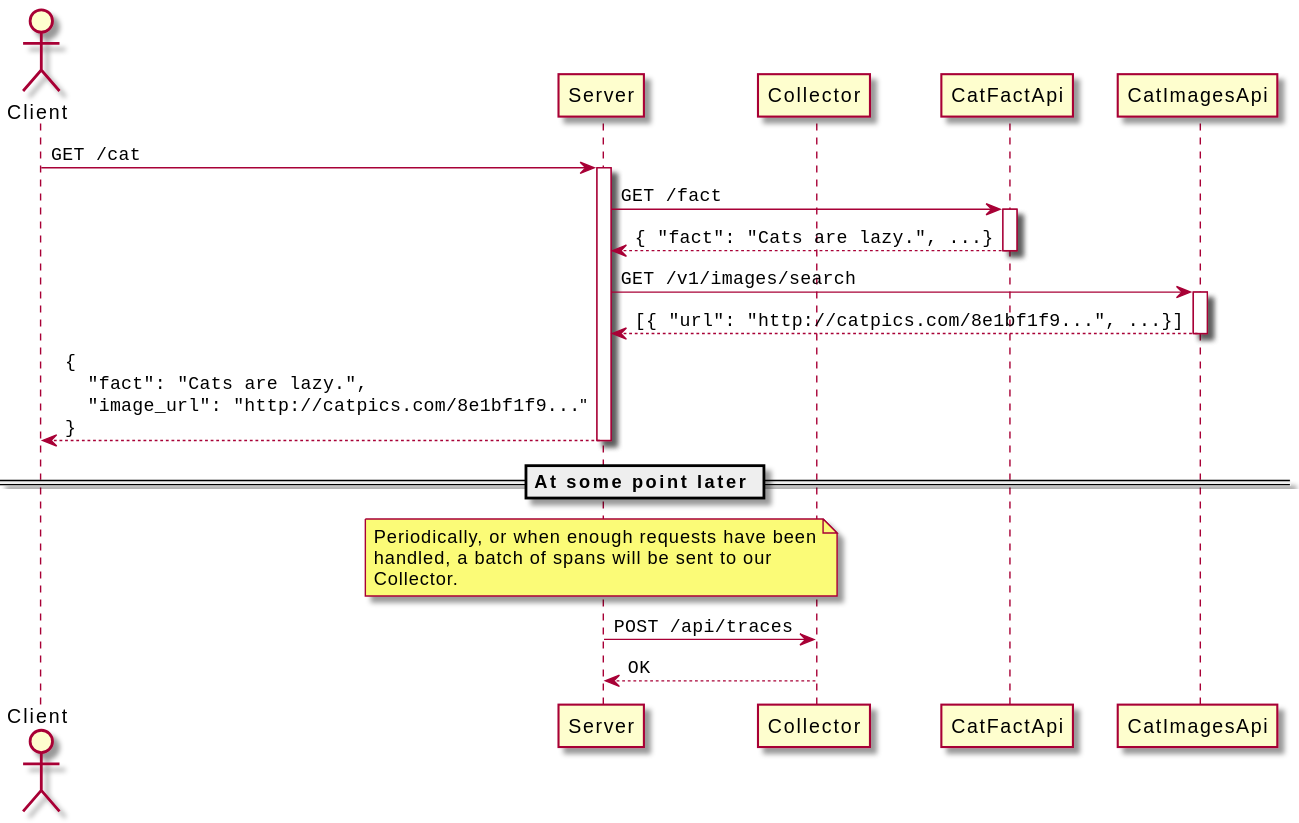
Before: docs/posts/when-is-a-black-box-test-not-a-black-box-test/cat-service-tracing.svg, a diagram exported from PlantUML (alexchilcott/alexchilcott.github.io).
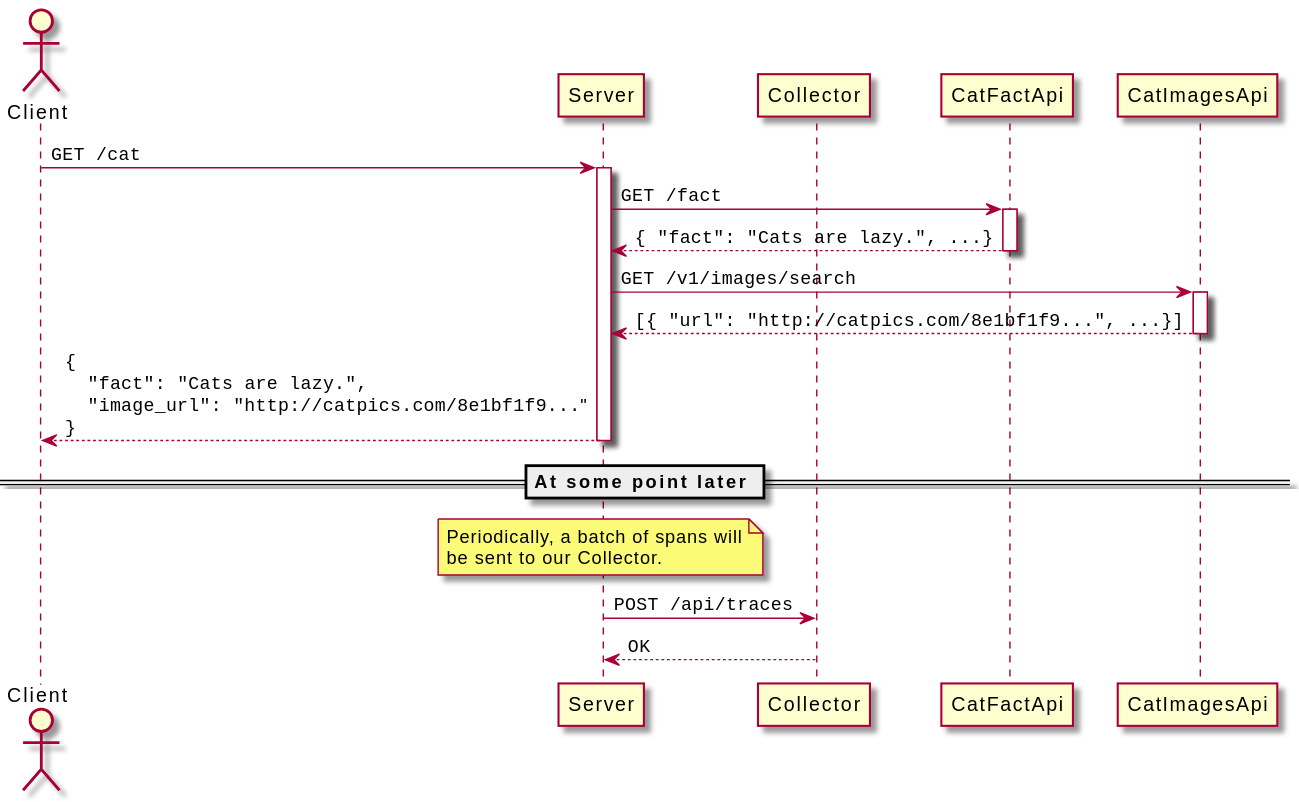
Above is the later version.

What changed in the source:
```diff
@@ -13,9 +13,8 @@
 return ""{""\n""  "fact": "Cats are lazy.",""\n""  "image_url": "http://catpics.com/8e1bf1f9..."""\n""}""
 == At some point later ==
 note over Server
-    Periodically, or when enough requests have been
-    handled, a batch of spans will be sent to our
-    Collector.
+    Periodically, a batch of spans will
+    be sent to our Collector.
 end note
 Server -> Collector: ""POST /api/traces""
 return ""OK""
```
